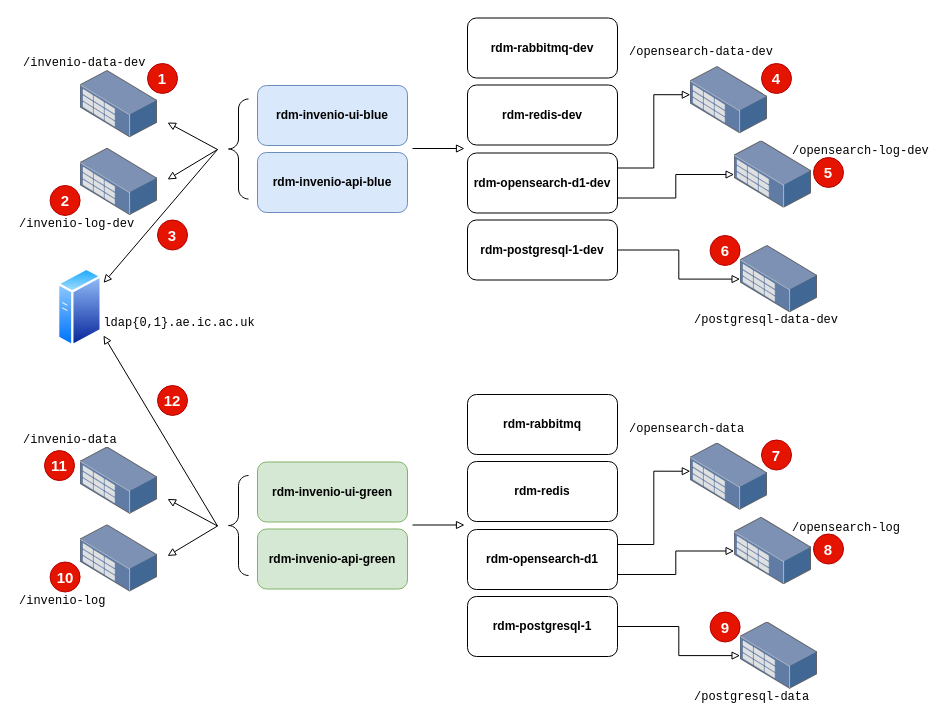
Before: docs/source/diagrams/second_deployment.drawio in RSE-AI-for-Net-Zero/ae_datastore_lxc, a draw.io diagram. Source tidied: cells renumbered, new cells numbered last; positions are measured from the earlier drawing's top-left corner, leaving out a move shared by most shapes. Both pictures are drawn from the tidied source at 100%, with x=0, y=0 at pixel (17, 17).
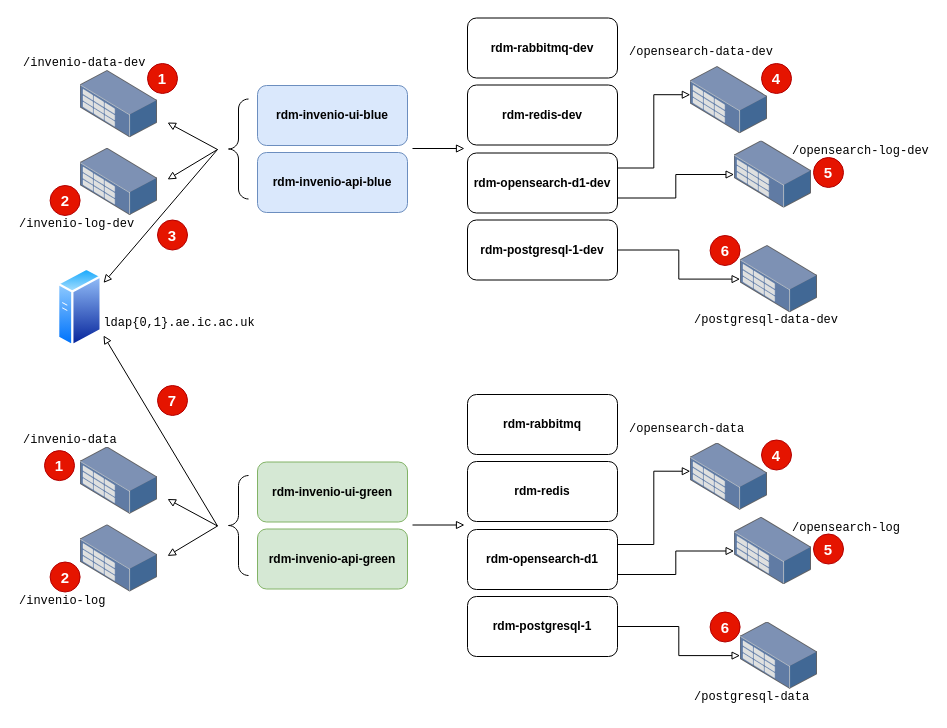
The same diagram, later.

Unchanged cells that the change refers to:
```xml
<mxCell id="40" style="group;" parent="1" vertex="1">
  <mxGeometry y="399.5" width="140" height="97.2" as="geometry" />
</mxCell>
<mxCell id="51" style="group;" parent="1" vertex="1">
  <mxGeometry x="610" y="395.5" width="160" height="120" as="geometry" />
</mxCell>
```

Diff of the diagram source:
```diff
@@
-    <mxCell id="43" value="&lt;b&gt;&lt;font style=&quot;font-size: 15px;&quot;&gt;11&lt;/font&gt;&lt;/b&gt;" style="ellipse;whiteSpace=wrap;html=1;fillColor=#e51400;fontColor=#ffffff;strokeColor=#B20000;" parent="40" vertex="1">
+    <mxCell id="43" value="&lt;b&gt;&lt;font style=&quot;font-size: 15px;&quot;&gt;1&lt;/font&gt;&lt;/b&gt;" style="ellipse;whiteSpace=wrap;html=1;fillColor=#e51400;fontColor=#ffffff;strokeColor=#B20000;" parent="40" vertex="1">
       <mxGeometry x="27" y="33.6" width="30" height="30" as="geometry" />
     </mxCell>
@@
-    <mxCell id="54" value="&lt;b&gt;&lt;font style=&quot;font-size: 15px;&quot;&gt;7&lt;/font&gt;&lt;/b&gt;" style="ellipse;whiteSpace=wrap;html=1;fillColor=#e51400;fontColor=#ffffff;strokeColor=#B20000;" parent="51" vertex="1">
+    <mxCell id="54" value="&lt;b&gt;&lt;font style=&quot;font-size: 15px;&quot;&gt;4&lt;/font&gt;&lt;/b&gt;" style="ellipse;whiteSpace=wrap;html=1;fillColor=#e51400;fontColor=#ffffff;strokeColor=#B20000;" parent="51" vertex="1">
       <mxGeometry x="134" y="27" width="30" height="30" as="geometry" />
     </mxCell>
@@
-    <mxCell id="57" value="&lt;b&gt;&lt;font style=&quot;font-size: 15px;&quot;&gt;9&lt;/font&gt;&lt;/b&gt;" style="ellipse;whiteSpace=wrap;html=1;fillColor=#e51400;fontColor=#ffffff;strokeColor=#B20000;" parent="1" vertex="1">
+    <mxCell id="57" value="&lt;b&gt;&lt;font style=&quot;font-size: 15px;&quot;&gt;6&lt;/font&gt;&lt;/b&gt;" style="ellipse;whiteSpace=wrap;html=1;fillColor=#e51400;fontColor=#ffffff;strokeColor=#B20000;" parent="1" vertex="1">
       <mxGeometry x="692.6" y="594.5" width="30" height="30" as="geometry" />
     </mxCell>
@@
-    <mxCell id="61" value="&lt;b&gt;&lt;font style=&quot;font-size: 15px;&quot;&gt;10&lt;/font&gt;&lt;/b&gt;" style="ellipse;whiteSpace=wrap;html=1;fillColor=#e51400;fontColor=#ffffff;strokeColor=#B20000;" parent="1" vertex="1">
+    <mxCell id="61" value="&lt;span style=&quot;font-size: 15px;&quot;&gt;&lt;b&gt;2&lt;/b&gt;&lt;/span&gt;" style="ellipse;whiteSpace=wrap;html=1;fillColor=#e51400;fontColor=#ffffff;strokeColor=#B20000;" parent="1" vertex="1">
       <mxGeometry x="32.6" y="544.5" width="30" height="30" as="geometry" />
     </mxCell>
@@
-    <mxCell id="65" value="&lt;b&gt;&lt;font style=&quot;font-size: 15px;&quot;&gt;8&lt;/font&gt;&lt;/b&gt;" style="ellipse;whiteSpace=wrap;html=1;fillColor=#e51400;fontColor=#ffffff;strokeColor=#B20000;" parent="1" vertex="1">
+    <mxCell id="65" value="&lt;b&gt;&lt;font style=&quot;font-size: 15px;&quot;&gt;5&lt;/font&gt;&lt;/b&gt;" style="ellipse;whiteSpace=wrap;html=1;fillColor=#e51400;fontColor=#ffffff;strokeColor=#B20000;" parent="1" vertex="1">
       <mxGeometry x="796" y="516.5" width="30" height="30" as="geometry" />
     </mxCell>
@@
-    <mxCell id="68" value="&lt;b&gt;&lt;font style=&quot;font-size: 15px;&quot;&gt;12&lt;/font&gt;&lt;/b&gt;" style="ellipse;whiteSpace=wrap;html=1;fillColor=#e51400;fontColor=#ffffff;strokeColor=#B20000;" parent="1" vertex="1">
+    <mxCell id="68" value="&lt;b&gt;&lt;font style=&quot;font-size: 15px;&quot;&gt;7&lt;/font&gt;&lt;/b&gt;" style="ellipse;whiteSpace=wrap;html=1;fillColor=#e51400;fontColor=#ffffff;strokeColor=#B20000;" parent="1" vertex="1">
       <mxGeometry x="140" y="368" width="30" height="30" as="geometry" />
     </mxCell>
```
